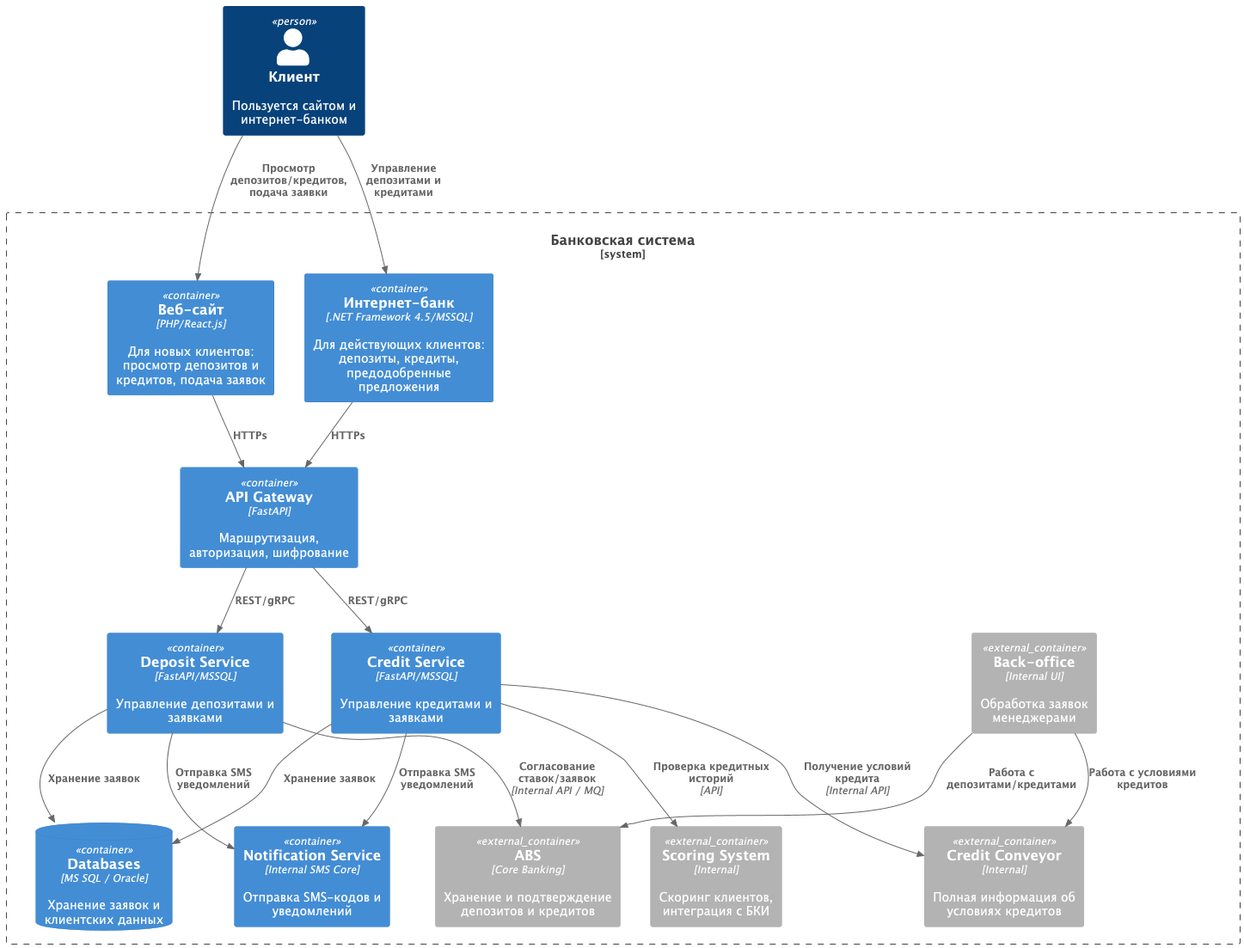
Factotum8/architecture-pro-standart keeps this PlantUML diagram as Task3/container.png. Above is the earlier version. The source it was exported from:
```plantuml
@startuml
!include https://raw.githubusercontent.com/plantuml-stdlib/C4-PlantUML/master/C4_Container.puml

LAYOUT_TOP_DOWN()

Person(customer, "Клиент", "Пользуется сайтом и интернет-банком")

System_Boundary(bank_system, "Банковская система") {

    Container(web, "Веб-сайт", "PHP/React.js", "Для новых клиентов: просмотр депозитов и кредитов, подача заявок")
    Container(ib, "Интернет-банк", ".NET Framework 4.5/MSSQL", "Для действующих клиентов: депозиты, кредиты, предодобренные предложения")
    Container(api, "API Gateway", "FastAPI", "Маршрутизация, авторизация, шифрование")

    Container(deposit, "Deposit Service", "FastAPI/MSSQL", "Управление депозитами и заявками")
    Container(credit, "Credit Service", "FastAPI/MSSQL", "Управление кредитами и заявками")
    Container(notify, "Notification Service", "Internal SMS Core", "Отправка SMS-кодов и уведомлений")

    ContainerDb(db, "Databases", "MS SQL / Oracle", "Хранение заявок и клиентских данных")

    Container_Ext(abs, "ABS", "Core Banking", "Хранение и подтверждение депозитов и кредитов")
    Container_Ext(conveyor, "Credit Conveyor", "Internal", "Полная информация об условиях кредитов")
    Container_Ext(scoring, "Scoring System", "Internal", "Скоринг клиентов, интеграция с БКИ")
    Container_Ext(backoffice, "Back-office", "Internal UI", "Обработка заявок менеджерами")
}

Rel(customer, web, "Просмотр депозитов/кредитов, подача заявки")
Rel(customer, ib, "Управление депозитами и кредитами")

Rel(web, api, "HTTPs")
Rel(ib, api, "HTTPs")

Rel(api, deposit, "REST/gRPC")
Rel(api, credit, "REST/gRPC")

Rel(deposit, abs, "Согласование ставок/заявок", "Internal API / MQ")
Rel(credit, conveyor, "Получение условий кредита", "Internal API")
Rel(credit, scoring, "Проверка кредитных историй", "API")

Rel(deposit, db, "Хранение заявок")
Rel(credit, db, "Хранение заявок")

Rel(deposit, notify, "Отправка SMS уведомлений")
Rel(credit, notify, "Отправка SMS уведомлений")

Rel(backoffice, abs, "Работа с депозитами/кредитами")
Rel(backoffice, conveyor, "Работа с условиями кредитов")

@enduml
```
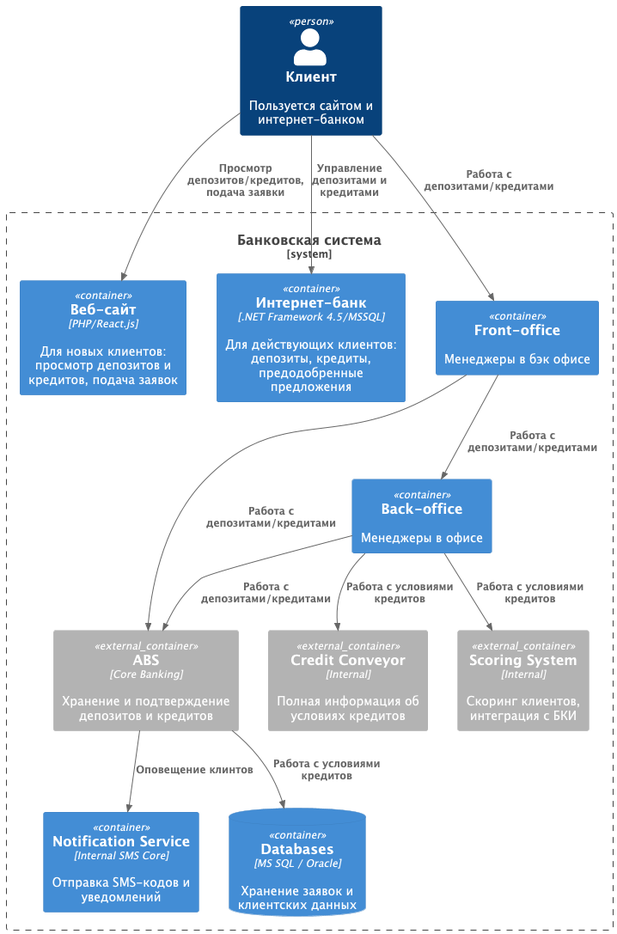
Later version of the same file.

The edit, as a diff of the source:
```diff
@@ -9,10 +9,7 @@
 
     Container(web, "Веб-сайт", "PHP/React.js", "Для новых клиентов: просмотр депозитов и кредитов, подача заявок")
     Container(ib, "Интернет-банк", ".NET Framework 4.5/MSSQL", "Для действующих клиентов: депозиты, кредиты, предодобренные предложения")
-    Container(api, "API Gateway", "FastAPI", "Маршрутизация, авторизация, шифрование")
 
-    Container(deposit, "Deposit Service", "FastAPI/MSSQL", "Управление депозитами и заявками")
-    Container(credit, "Credit Service", "FastAPI/MSSQL", "Управление кредитами и заявками")
     Container(notify, "Notification Service", "Internal SMS Core", "Отправка SMS-кодов и уведомлений")
 
     ContainerDb(db, "Databases", "MS SQL / Oracle", "Хранение заявок и клиентских данных")
@@ -20,29 +17,22 @@
     Container_Ext(abs, "ABS", "Core Banking", "Хранение и подтверждение депозитов и кредитов")
     Container_Ext(conveyor, "Credit Conveyor", "Internal", "Полная информация об условиях кредитов")
     Container_Ext(scoring, "Scoring System", "Internal", "Скоринг клиентов, интеграция с БКИ")
-    Container_Ext(backoffice, "Back-office", "Internal UI", "Обработка заявок менеджерами")
+    Container(backoffice, "Back-office", "", "Менеджеры в офисе")
+    Container(frontoffice, "Front-office", "", "Менеджеры в бэк офисе")
 }
 
 Rel(customer, web, "Просмотр депозитов/кредитов, подача заявки")
 Rel(customer, ib, "Управление депозитами и кредитами")
 
-Rel(web, api, "HTTPs")
-Rel(ib, api, "HTTPs")
-
-Rel(api, deposit, "REST/gRPC")
-Rel(api, credit, "REST/gRPC")
-
-Rel(deposit, abs, "Согласование ставок/заявок", "Internal API / MQ")
-Rel(credit, conveyor, "Получение условий кредита", "Internal API")
-Rel(credit, scoring, "Проверка кредитных историй", "API")
-
-Rel(deposit, db, "Хранение заявок")
-Rel(credit, db, "Хранение заявок")
-
-Rel(deposit, notify, "Отправка SMS уведомлений")
-Rel(credit, notify, "Отправка SMS уведомлений")
+Rel(frontoffice, abs, "Работа с депозитами/кредитами")
+Rel(frontoffice, backoffice, "Работа с депозитами/кредитами")
+Rel(customer, frontoffice, "Работа с депозитами/кредитами")
 
 Rel(backoffice, abs, "Работа с депозитами/кредитами")
 Rel(backoffice, conveyor, "Работа с условиями кредитов")
+Rel(backoffice, scoring, "Работа с условиями кредитов")
+
+Rel(abs, db, "Работа с условиями кредитов")
+Rel(abs, notify, "Оповещение клинтов")
 
 @enduml
```
